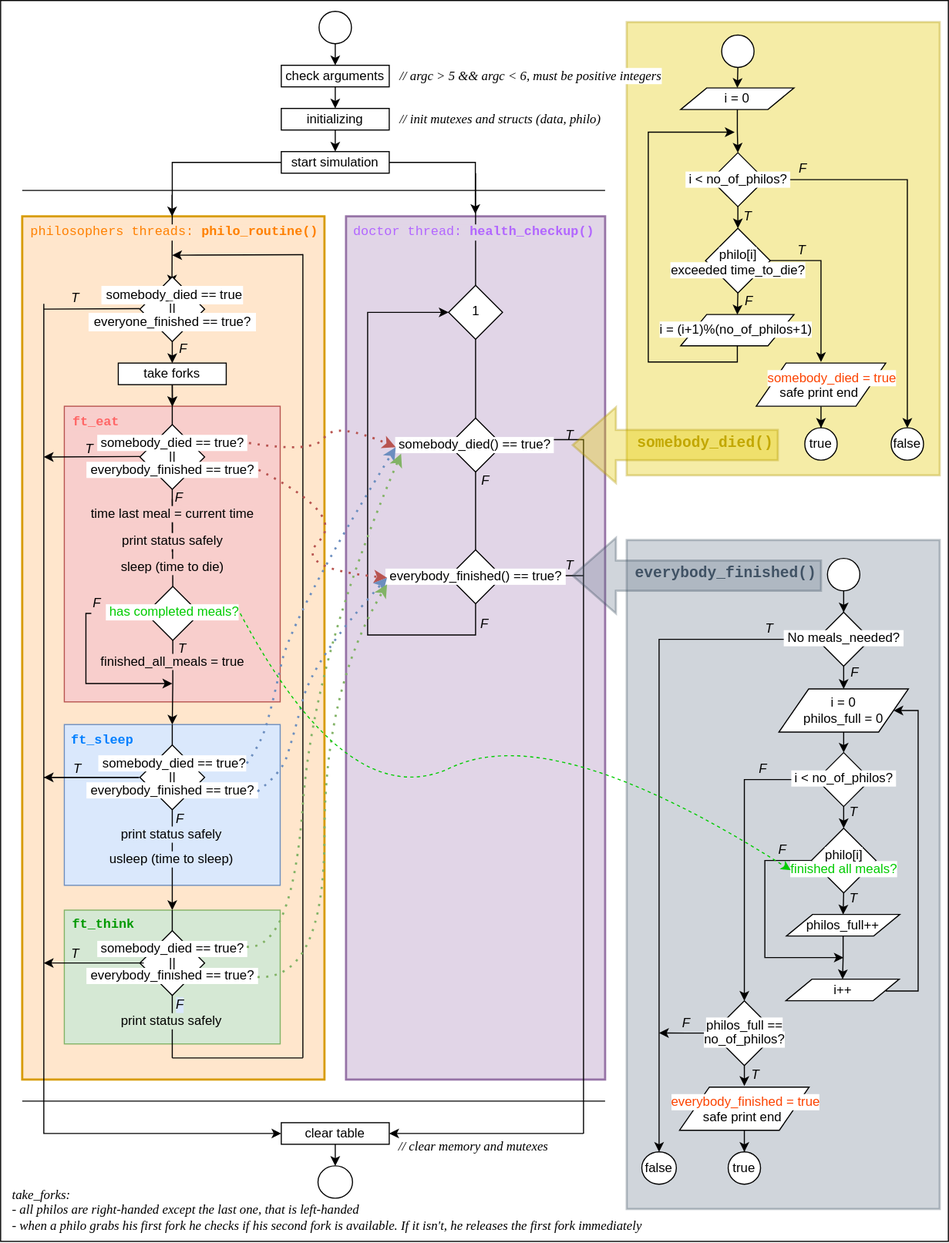
The draw.io diagram assets/philosophers.svg in ccg-v/philosophers, before a commit. Source tidied: cells renumbered, new cells last; positions are measured from the earlier drawing's top-left corner, leaving out a move shared by most shapes.
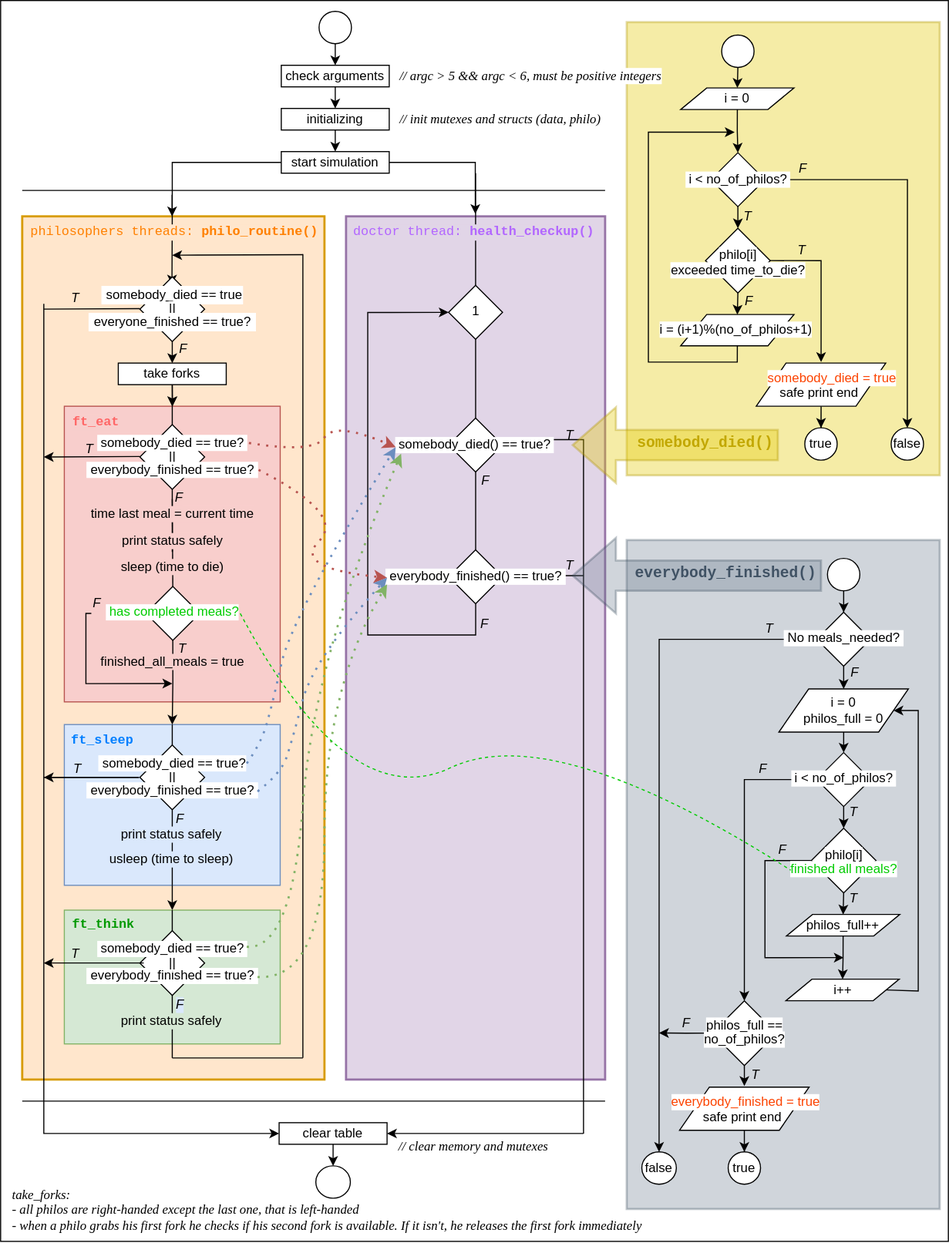
After the change.

Diff of the diagram source:
```diff
@@ -603,10 +603,10 @@
       <mxGeometry relative="1" as="geometry" />
     </mxCell>
     <mxCell id="166" value="clear table" style="rounded=0;whiteSpace=wrap;html=1;" parent="1" vertex="1">
-      <mxGeometry x="260" y="1040" width="100" height="20" as="geometry" />
+      <mxGeometry x="258" y="1040" width="100" height="20" as="geometry" />
     </mxCell>
     <mxCell id="167" style="ellipse;whiteSpace=wrap;html=1;" parent="1" vertex="1">
-      <mxGeometry x="294" y="1080" width="32" height="30" as="geometry" />
+      <mxGeometry x="292" y="1080" width="32" height="30" as="geometry" />
     </mxCell>
     <mxCell id="168" style="html=1;shadow=0;dashed=0;align=center;verticalAlign=middle;shape=mxgraph.arrows2.arrow;dy=0.6;dx=40;flipH=1;notch=0;fillColor=#647687;strokeColor=#314354;fontColor=#ffffff;rounded=0;opacity=30;strokeWidth=2;" parent="1" vertex="1">
       <mxGeometry x="530" y="498" width="230" height="70" as="geometry" />
@@ -682,7 +682,7 @@
     <mxCell id="177" value="&lt;div&gt;take_forks: &lt;br&gt;&lt;/div&gt;&lt;div&gt;- all philos are right-handed except the last one, that is left-handed&lt;/div&gt;&lt;div&gt;- when a philo grabs his first fork he checks if his second fork is available. If it isn't, he releases the first fork immediately&lt;br&gt;&lt;/div&gt;" style="text;html=1;align=left;verticalAlign=middle;strokeColor=none;fillColor=none;fontStyle=2;fontSize=12;fontFamily=Times New Roman;" parent="1" vertex="1">
       <mxGeometry x="8.5" y="1091" width="610" height="60" as="geometry" />
     </mxCell>
-    <mxCell id="178" style="curved=1;endArrow=classic;html=1;rounded=0;entryX=0.075;entryY=0.667;entryDx=0;entryDy=0;entryPerimeter=0;exitX=0.992;exitY=0.574;exitDx=0;exitDy=0;exitPerimeter=0;dashed=1;strokeColor=#00CC00;" parent="1" edge="1">
+    <mxCell id="178" style="curved=1;endArrow=none;html=1;rounded=0;entryX=0.075;entryY=0.667;entryDx=0;entryDy=0;entryPerimeter=0;exitX=0.992;exitY=0.574;exitDx=0;exitDy=0;exitPerimeter=0;dashed=1;strokeColor=#00CC00;" parent="1" edge="1">
       <mxGeometry relative="1" as="geometry">
         <mxPoint x="222" y="568" as="sourcePoint" />
         <mxPoint x="732" y="806" as="targetPoint" />
```
